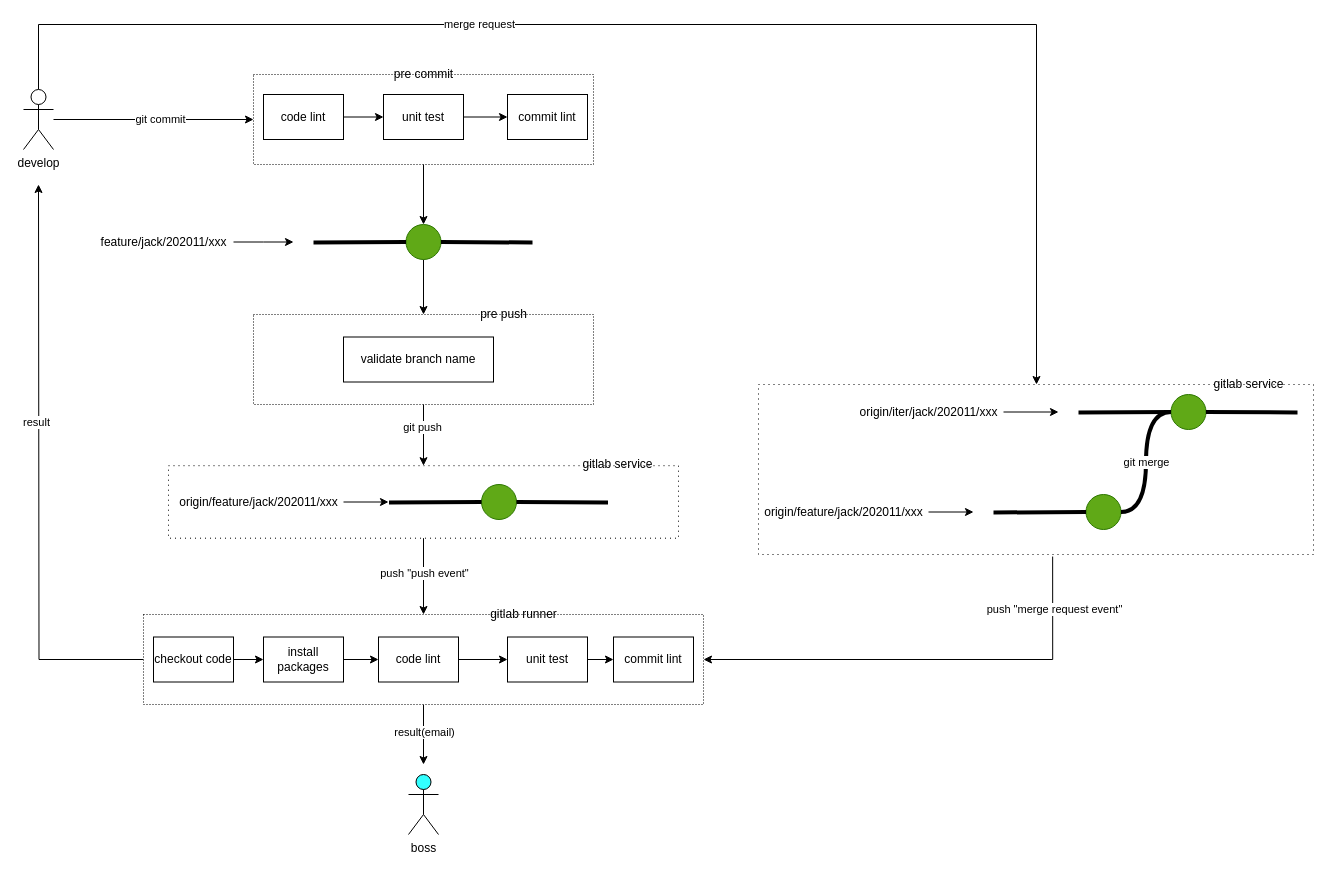
This is source/_drafts/invest-web-dev-flow/ivnest_web_work_flow.drawio from EvanHongYousan/blog, a draw.io file, before an edit. Source tidied: cells renumbered, new cells numbered last; positions are measured from the earlier drawing's top-left corner, leaving out a move shared by most shapes. Both pictures are drawn from the tidied source at 100%, with x=0, y=0 at pixel (23, 24).
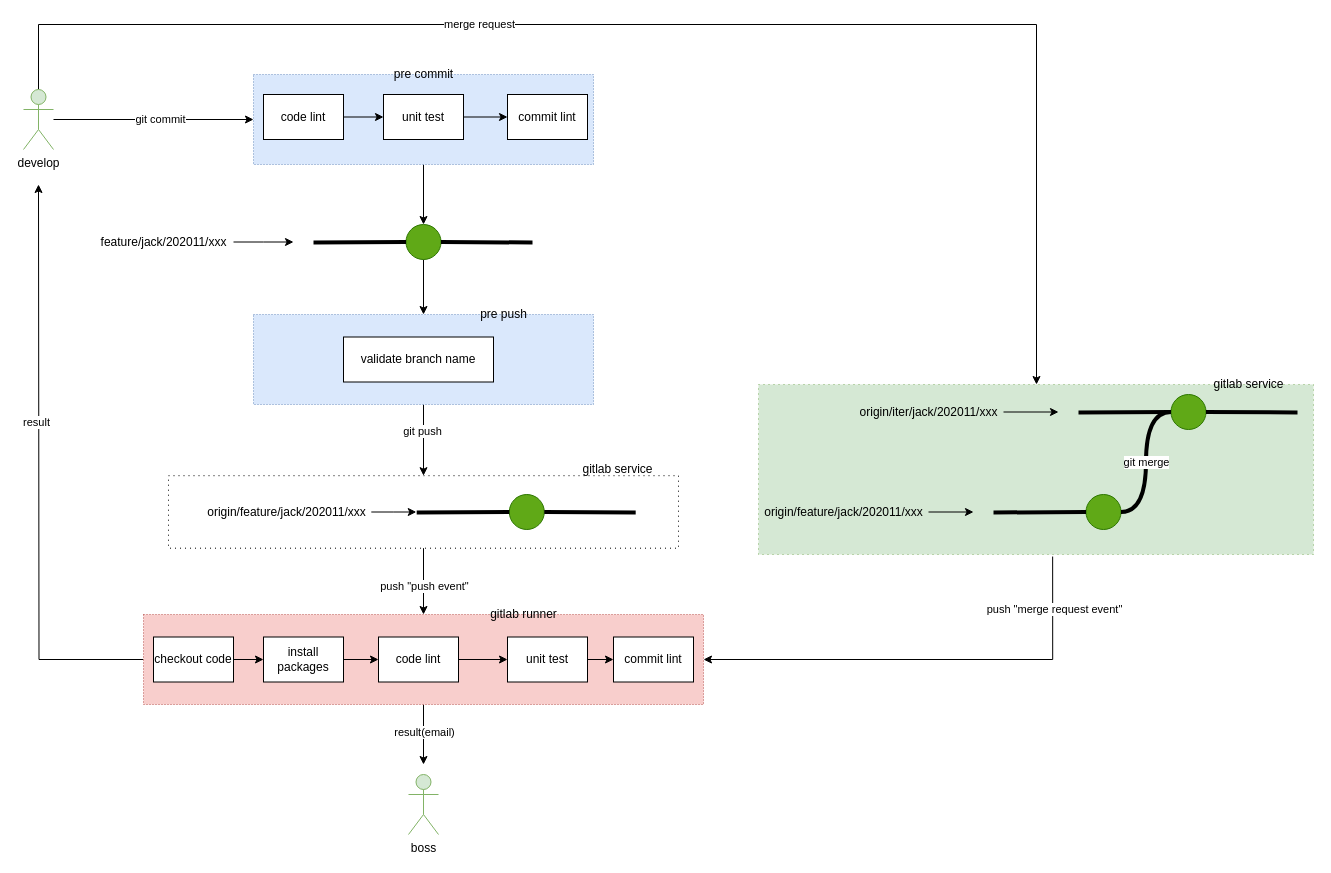
Above is the later version.

Commit message (it also covers changes not shown here):
update invest web dev flow

Unchanged cells that the change refers to:
```xml
<mxCell id="42" style="edgeStyle=orthogonalEdgeStyle;rounded=0;jettySize=auto;html=1;entryX=0.5;entryY=0;entryDx=0;entryDy=0;strokeWidth=1;fontColor=#ffffff;" parent="1" edge="1" source="44" target="35">
  <mxGeometry relative="1" as="geometry" />
</mxCell>
```

Change to the diagram source:
```diff
@@
-    <mxCell id="6" value="develop" style="shape=umlActor;verticalLabelPosition=bottom;verticalAlign=top;html=1;outlineConnect=0;" parent="1" vertex="1">
+    <mxCell id="6" value="develop" style="shape=umlActor;verticalLabelPosition=bottom;verticalAlign=top;html=1;outlineConnect=0;fillColor=#d5e8d4;strokeColor=#82b366;" parent="1" vertex="1">
       <mxGeometry y="65" width="30" height="60" as="geometry" />
     </mxCell>
@@
-    <mxCell id="8" style="rounded=0;whiteSpace=wrap;html=1;dashed=1;dashPattern=1 2;fillColor=none;" parent="1" vertex="1">
+    <mxCell id="8" style="rounded=0;whiteSpace=wrap;html=1;dashed=1;dashPattern=1 2;fillColor=#dae8fc;strokeColor=#6c8ebf;" parent="1" vertex="1">
       <mxGeometry x="230" y="50" width="340" height="90" as="geometry" />
     </mxCell>
@@
-    <mxCell id="16" style="rounded=0;whiteSpace=wrap;html=1;dashed=1;dashPattern=1 2;fillColor=none;" parent="1" vertex="1">
+    <mxCell id="16" style="rounded=0;whiteSpace=wrap;html=1;dashed=1;dashPattern=1 2;fillColor=#dae8fc;strokeColor=#6c8ebf;" parent="1" vertex="1">
       <mxGeometry x="230" y="290" width="340" height="90" as="geometry" />
     </mxCell>
@@
     <mxCell id="25" style="ellipse;whiteSpace=wrap;html=1;fillColor=#60a917;strokeColor=#2D7600;fontColor=#ffffff;" parent="1" vertex="1">
-      <mxGeometry x="458" y="460" width="35" height="35" as="geometry" />
+      <mxGeometry x="485.8" y="470" width="35" height="35" as="geometry" />
     </mxCell>
     <mxCell id="26" style="endArrow=none;html=1;entryX=0;entryY=0.5;entryDx=0;entryDy=0;strokeWidth=4;" parent="1" edge="1" target="25">
       <mxGeometry relative="1" as="geometry">
-        <mxPoint x="365.5" y="478" as="sourcePoint" />
+        <mxPoint x="393.2" y="488" as="sourcePoint" />
       </mxGeometry>
     </mxCell>
     <mxCell id="27" style="endArrow=none;html=1;exitX=1;exitY=0.5;exitDx=0;exitDy=0;strokeWidth=4;" parent="1" edge="1" source="25">
       <mxGeometry relative="1" as="geometry">
-        <mxPoint x="584.5" y="478" as="targetPoint" />
+        <mxPoint x="612.2" y="488" as="targetPoint" />
       </mxGeometry>
     </mxCell>
     <mxCell id="28" style="edgeStyle=orthogonalEdgeStyle;rounded=0;jettySize=auto;html=1;strokeWidth=1;" parent="1" edge="1" source="29">
       <mxGeometry relative="1" as="geometry">
-        <mxPoint x="365" y="477.5" as="targetPoint" />
+        <mxPoint x="392.8" y="487.5" as="targetPoint" />
       </mxGeometry>
     </mxCell>
     <mxCell id="29" value="origin/feature/jack/202011/xxx" style="text;html=1;align=center;verticalAlign=middle;points=[];" parent="1" vertex="1">
-      <mxGeometry x="150" y="467.5" width="170" height="20" as="geometry" />
+      <mxGeometry x="177.8" y="477.5" width="170" height="20" as="geometry" />
     </mxCell>
@@
-    <mxCell id="35" style="rounded=0;whiteSpace=wrap;html=1;dashed=1;dashPattern=1 2;" parent="1" vertex="1">
+    <mxCell id="35" style="rounded=0;whiteSpace=wrap;html=1;dashed=1;dashPattern=1 2;fillColor=#f8cecc;strokeColor=#b85450;" parent="1" vertex="1">
       <mxGeometry x="120" y="590" width="560" height="90" as="geometry" />
     </mxCell>
@@
     <mxCell id="43" value="push &quot;push event&quot;" style="edgeLabel;html=1;align=center;verticalAlign=middle;fontColor=#000000;" parent="42" vertex="1">
-      <mxGeometry x="-0.07" relative="1" as="geometry" />
+      <mxGeometry x="-0.07" relative="1" as="geometry">
+        <mxPoint y="6.5" as="offset" />
+      </mxGeometry>
     </mxCell>
     <mxCell id="44" style="rounded=0;whiteSpace=wrap;html=1;fillColor=none;dashed=1;dashPattern=1 4;" parent="1" vertex="1">
-      <mxGeometry x="145" y="441.2" width="510" height="72.5" as="geometry" />
+      <mxGeometry x="145" y="451.2" width="510" height="72.5" as="geometry" />
     </mxCell>
     <mxCell id="45" value="gitlab service" style="text;html=1;align=center;verticalAlign=middle;fontColor=#000000;" parent="1" vertex="1">
-      <mxGeometry x="549" y="430" width="90" height="20" as="geometry" />
+      <mxGeometry x="549" y="435" width="90" height="20" as="geometry" />
     </mxCell>
@@
-    <mxCell id="52" style="rounded=0;whiteSpace=wrap;html=1;fillColor=none;dashed=1;dashPattern=1 4;" parent="1" vertex="1">
+    <mxCell id="52" style="rounded=0;whiteSpace=wrap;html=1;fillColor=#d5e8d4;dashed=1;dashPattern=1 4;strokeColor=#82b366;" parent="1" vertex="1">
       <mxGeometry x="735" y="360" width="555" height="170" as="geometry" />
     </mxCell>
@@
-    <mxCell id="64" value="boss" style="shape=umlActor;verticalLabelPosition=bottom;verticalAlign=top;html=1;fillColor=#33FFFF;" parent="1" vertex="1">
+    <mxCell id="64" value="boss" style="shape=umlActor;verticalLabelPosition=bottom;verticalAlign=top;html=1;fillColor=#d5e8d4;strokeColor=#82b366;" parent="1" vertex="1">
       <mxGeometry x="385" y="750" width="30" height="60" as="geometry" />
     </mxCell>
```
